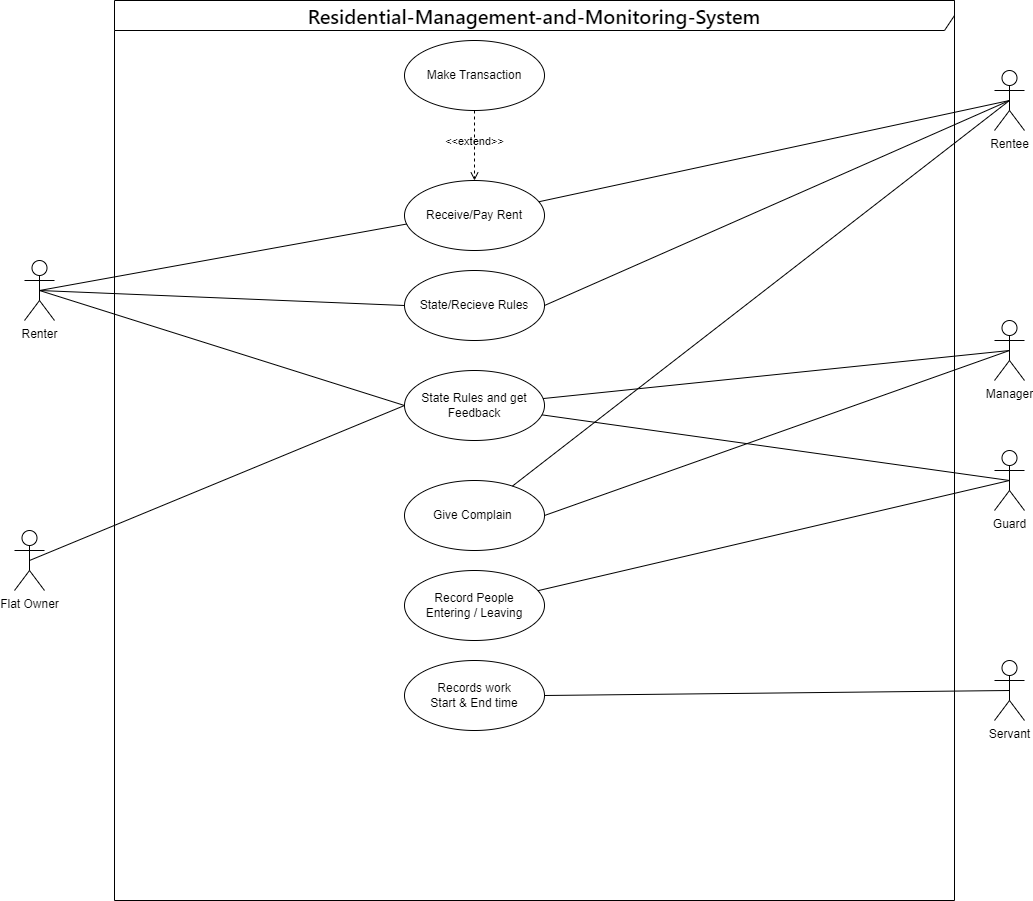
Earlier version of the draw.io export UseCaseDiagram.png (toushifhossain1/Residential-Management-and-Monitoring-System). Source tidied: cells renumbered, new cells last; positions are measured from the earlier drawing's top-left corner, leaving out a move shared by most shapes.
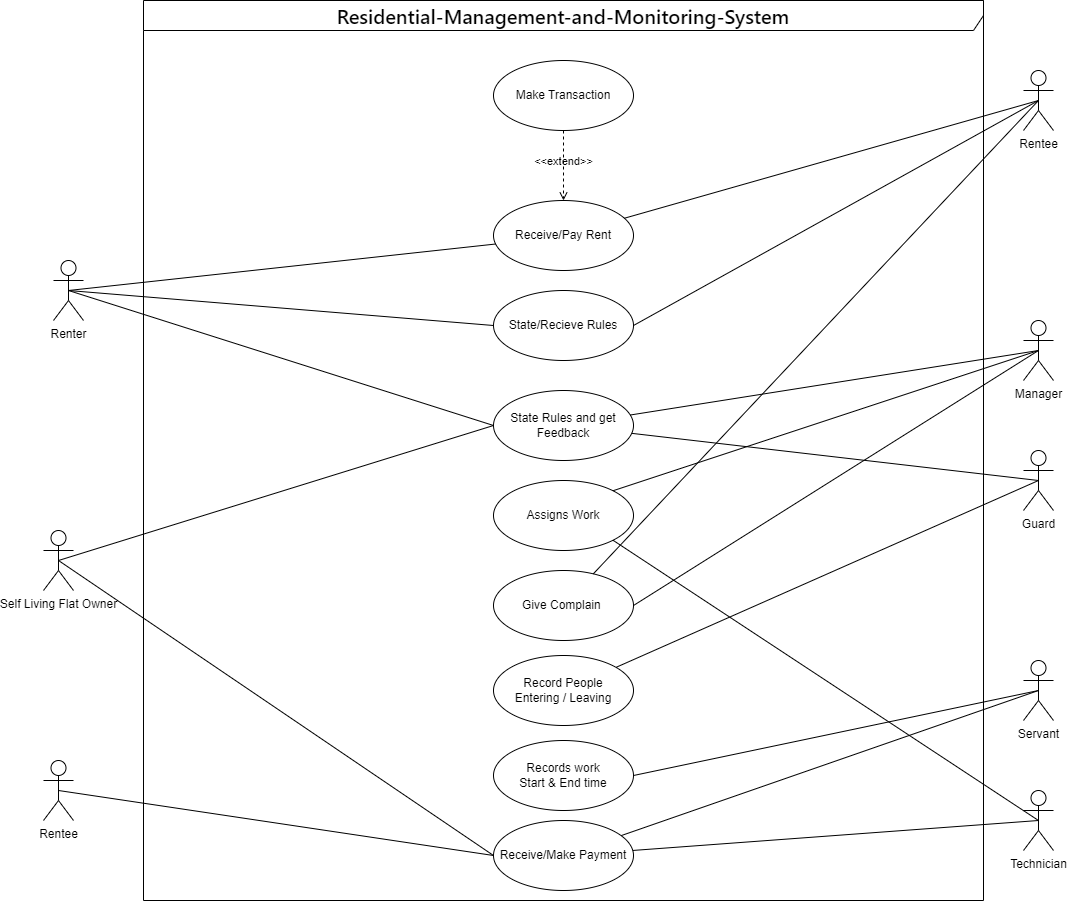
The same diagram one commit later.

What changed in the source:
```diff
@@ -3,25 +3,25 @@
     <mxCell id="0" />
     <mxCell id="1" parent="0" />
     <mxCell id="2" value="&lt;span style=&quot;font-family: -apple-system, BlinkMacSystemFont, &amp;quot;Segoe UI&amp;quot;, &amp;quot;Noto Sans&amp;quot;, Helvetica, Arial, sans-serif, &amp;quot;Apple Color Emoji&amp;quot;, &amp;quot;Segoe UI Emoji&amp;quot;; font-size: 20px; font-weight: 600; text-align: start; background-color: rgb(255, 255, 255);&quot;&gt;Residential-Management-and-Monitoring-System&lt;/span&gt;" style="shape=umlFrame;whiteSpace=wrap;html=1;width=840;height=30;" parent="1" vertex="1">
-      <mxGeometry x="100" width="840" height="900" as="geometry" />
+      <mxGeometry x="75" y="-100" width="840" height="900" as="geometry" />
     </mxCell>
     <mxCell id="3" value="Renter" style="shape=umlActor;verticalLabelPosition=bottom;verticalAlign=top;html=1;" parent="1" vertex="1">
-      <mxGeometry x="10" y="260" width="30" height="60" as="geometry" />
+      <mxGeometry x="-15" y="160" width="30" height="60" as="geometry" />
     </mxCell>
     <mxCell id="4" value="Receive/Pay Rent" style="ellipse;whiteSpace=wrap;html=1;" parent="1" vertex="1">
-      <mxGeometry x="390" y="180" width="140" height="70" as="geometry" />
+      <mxGeometry x="425" y="100" width="140" height="70" as="geometry" />
     </mxCell>
     <mxCell id="5" style="endArrow=none;html=1;rounded=0;entryX=0.018;entryY=0.621;entryDx=0;entryDy=0;entryPerimeter=0;exitX=0.5;exitY=0.5;exitDx=0;exitDy=0;exitPerimeter=0;" parent="1" edge="1" source="3" target="4">
       <mxGeometry relative="1" as="geometry" />
     </mxCell>
     <mxCell id="6" value="State/Recieve Rules" style="ellipse;whiteSpace=wrap;html=1;" parent="1" vertex="1">
-      <mxGeometry x="390" y="270" width="140" height="70" as="geometry" />
+      <mxGeometry x="425" y="190" width="140" height="70" as="geometry" />
     </mxCell>
     <mxCell id="7" style="endArrow=none;html=1;rounded=0;entryX=0;entryY=0.5;entryDx=0;entryDy=0;exitX=0.5;exitY=0.5;exitDx=0;exitDy=0;exitPerimeter=0;" parent="1" edge="1" source="3" target="6">
       <mxGeometry relative="1" as="geometry" />
     </mxCell>
     <mxCell id="8" value="Rentee" style="shape=umlActor;verticalLabelPosition=bottom;verticalAlign=top;html=1;" parent="1" vertex="1">
-      <mxGeometry x="980" y="70" width="30" height="60" as="geometry" />
+      <mxGeometry x="955" y="-30" width="30" height="60" as="geometry" />
     </mxCell>
     <mxCell id="9" style="endArrow=none;html=1;rounded=0;entryX=0.5;entryY=0.5;entryDx=0;entryDy=0;entryPerimeter=0;" parent="1" edge="1" source="4" target="8">
       <mxGeometry relative="1" as="geometry" />
@@ -30,19 +30,19 @@
       <mxGeometry relative="1" as="geometry" />
     </mxCell>
     <mxCell id="11" value="Make Transaction" style="ellipse;whiteSpace=wrap;html=1;" parent="1" vertex="1">
-      <mxGeometry x="390" y="40" width="140" height="70" as="geometry" />
+      <mxGeometry x="425" y="-40" width="140" height="70" as="geometry" />
     </mxCell>
     <mxCell id="12" value="&amp;lt;&amp;lt;extend&amp;gt;&amp;gt;" style="html=1;verticalAlign=bottom;labelBackgroundColor=none;endArrow=open;endFill=0;dashed=1;rounded=0;exitX=0.5;exitY=1;exitDx=0;exitDy=0;entryX=0.5;entryY=0;entryDx=0;entryDy=0;" parent="1" edge="1" source="11" target="4">
       <mxGeometry x="0.14" relative="1" as="geometry" />
     </mxCell>
     <mxCell id="13" value="State Rules and get Feedback" style="ellipse;whiteSpace=wrap;html=1;" parent="1" vertex="1">
-      <mxGeometry x="390" y="370" width="140" height="70" as="geometry" />
+      <mxGeometry x="425" y="290" width="140" height="70" as="geometry" />
     </mxCell>
     <mxCell id="14" value="Manager" style="shape=umlActor;verticalLabelPosition=bottom;verticalAlign=top;html=1;" parent="1" vertex="1">
-      <mxGeometry x="980" y="320" width="30" height="60" as="geometry" />
+      <mxGeometry x="955" y="220" width="30" height="60" as="geometry" />
     </mxCell>
     <mxCell id="15" value="Guard" style="shape=umlActor;verticalLabelPosition=bottom;verticalAlign=top;html=1;" parent="1" vertex="1">
-      <mxGeometry x="980" y="450" width="30" height="60" as="geometry" />
+      <mxGeometry x="955" y="350" width="30" height="60" as="geometry" />
     </mxCell>
     <mxCell id="16" style="endArrow=none;html=1;rounded=0;entryX=0;entryY=0.5;entryDx=0;entryDy=0;exitX=0.5;exitY=0.5;exitDx=0;exitDy=0;exitPerimeter=0;" parent="1" edge="1" source="3" target="13">
       <mxGeometry relative="1" as="geometry" />
@@ -54,7 +54,7 @@
       <mxGeometry relative="1" as="geometry" />
     </mxCell>
     <mxCell id="19" value="Give Complain&amp;nbsp;" style="ellipse;whiteSpace=wrap;html=1;" parent="1" vertex="1">
-      <mxGeometry x="390" y="480" width="140" height="70" as="geometry" />
+      <mxGeometry x="425" y="470" width="140" height="70" as="geometry" />
     </mxCell>
     <mxCell id="20" style="endArrow=none;html=1;rounded=0;entryX=0.5;entryY=0.5;entryDx=0;entryDy=0;entryPerimeter=0;" parent="1" edge="1" source="19" target="8">
       <mxGeometry relative="1" as="geometry" />
@@ -63,19 +63,19 @@
       <mxGeometry relative="1" as="geometry" />
     </mxCell>
     <mxCell id="22" value="Record People &lt;br&gt;Entering / Leaving" style="ellipse;whiteSpace=wrap;html=1;" parent="1" vertex="1">
-      <mxGeometry x="390" y="570" width="140" height="70" as="geometry" />
+      <mxGeometry x="425" y="555" width="140" height="70" as="geometry" />
     </mxCell>
     <mxCell id="23" style="endArrow=none;html=1;rounded=0;entryX=0.5;entryY=0.5;entryDx=0;entryDy=0;entryPerimeter=0;" parent="1" edge="1" source="22" target="15">
       <mxGeometry relative="1" as="geometry" />
     </mxCell>
     <mxCell id="24" value="Servant" style="shape=umlActor;verticalLabelPosition=bottom;verticalAlign=top;html=1;" parent="1" vertex="1">
-      <mxGeometry x="980" y="660" width="30" height="60" as="geometry" />
+      <mxGeometry x="955" y="560" width="30" height="60" as="geometry" />
     </mxCell>
     <mxCell id="25" value="Records work&lt;br&gt;Start &amp;amp; End time" style="ellipse;whiteSpace=wrap;html=1;" parent="1" vertex="1">
-      <mxGeometry x="390" y="660" width="140" height="70" as="geometry" />
+      <mxGeometry x="425" y="640" width="140" height="70" as="geometry" />
     </mxCell>
-    <mxCell id="26" value="Flat Owner" style="shape=umlActor;verticalLabelPosition=bottom;verticalAlign=top;html=1;" parent="1" vertex="1">
-      <mxGeometry y="530" width="30" height="60" as="geometry" />
+    <mxCell id="26" value="Self Living Flat Owner" style="shape=umlActor;verticalLabelPosition=bottom;verticalAlign=top;html=1;" parent="1" vertex="1">
+      <mxGeometry x="-25" y="430" width="30" height="60" as="geometry" />
     </mxCell>
     <mxCell id="27" style="endArrow=none;html=1;rounded=0;entryX=0;entryY=0.5;entryDx=0;entryDy=0;exitX=0.5;exitY=0.5;exitDx=0;exitDy=0;exitPerimeter=0;" parent="1" edge="1" source="26" target="13">
       <mxGeometry relative="1" as="geometry" />
@@ -83,5 +83,35 @@
     <mxCell id="28" style="endArrow=none;html=1;rounded=0;entryX=0.5;entryY=0.5;entryDx=0;entryDy=0;entryPerimeter=0;exitX=1;exitY=0.5;exitDx=0;exitDy=0;" parent="1" edge="1" source="25" target="24">
       <mxGeometry relative="1" as="geometry" />
     </mxCell>
+    <mxCell id="29" value="Receive/Make Payment" style="ellipse;whiteSpace=wrap;html=1;" parent="1" vertex="1">
+      <mxGeometry x="425" y="720" width="140" height="70" as="geometry" />
+    </mxCell>
+    <mxCell id="30" value="Technician" style="shape=umlActor;verticalLabelPosition=bottom;verticalAlign=top;html=1;" parent="1" vertex="1">
+      <mxGeometry x="955" y="690" width="30" height="60" as="geometry" />
+    </mxCell>
+    <mxCell id="31" style="endArrow=none;html=1;rounded=0;entryX=0.5;entryY=0.5;entryDx=0;entryDy=0;entryPerimeter=0;" parent="1" edge="1" source="29" target="30">
+      <mxGeometry relative="1" as="geometry" />
+    </mxCell>
+    <mxCell id="32" value="Assigns Work" style="ellipse;whiteSpace=wrap;html=1;" parent="1" vertex="1">
+      <mxGeometry x="425" y="380" width="140" height="70" as="geometry" />
+    </mxCell>
+    <mxCell id="33" style="endArrow=none;html=1;rounded=0;entryX=0.5;entryY=0.5;entryDx=0;entryDy=0;entryPerimeter=0;exitX=1;exitY=0;exitDx=0;exitDy=0;" parent="1" edge="1" source="32" target="14">
+      <mxGeometry relative="1" as="geometry" />
+    </mxCell>
+    <mxCell id="34" style="endArrow=none;html=1;rounded=0;entryX=0.5;entryY=0.5;entryDx=0;entryDy=0;entryPerimeter=0;" parent="1" edge="1" source="29" target="24">
+      <mxGeometry relative="1" as="geometry" />
+    </mxCell>
+    <mxCell id="35" style="endArrow=none;html=1;rounded=0;entryX=0;entryY=0.5;entryDx=0;entryDy=0;exitX=0.5;exitY=0.5;exitDx=0;exitDy=0;exitPerimeter=0;" parent="1" edge="1" source="26" target="29">
+      <mxGeometry relative="1" as="geometry" />
+    </mxCell>
+    <mxCell id="36" value="Rentee" style="shape=umlActor;verticalLabelPosition=bottom;verticalAlign=top;html=1;" parent="1" vertex="1">
+      <mxGeometry x="-25" y="660" width="30" height="60" as="geometry" />
+    </mxCell>
+    <mxCell id="37" style="endArrow=none;html=1;rounded=0;entryX=0;entryY=0.5;entryDx=0;entryDy=0;exitX=0.5;exitY=0.5;exitDx=0;exitDy=0;exitPerimeter=0;" parent="1" edge="1" source="36" target="29">
+      <mxGeometry relative="1" as="geometry" />
+    </mxCell>
+    <mxCell id="38" style="endArrow=none;html=1;rounded=0;entryX=0.5;entryY=0.5;entryDx=0;entryDy=0;entryPerimeter=0;exitX=1;exitY=1;exitDx=0;exitDy=0;" parent="1" edge="1" source="32" target="30">
+      <mxGeometry relative="1" as="geometry" />
+    </mxCell>
   </root>
 </mxGraphModel>
```
